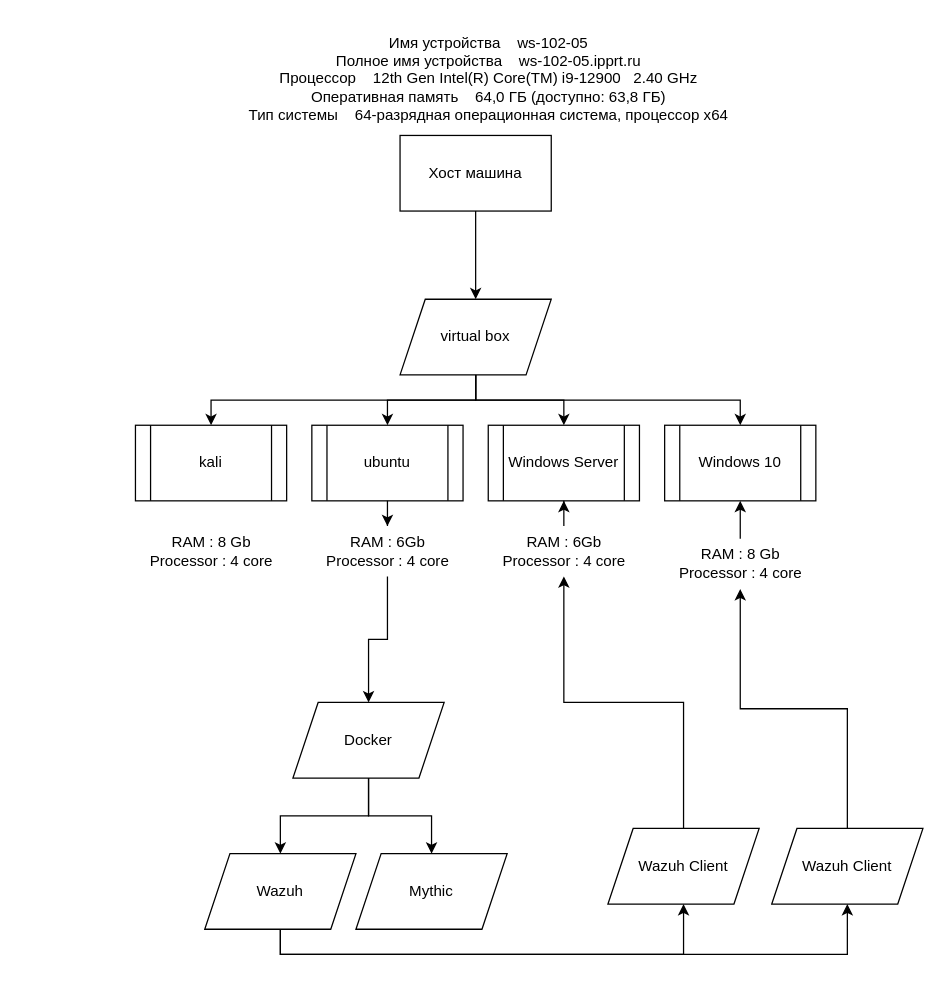
The draw.io diagram 01-Infrastructure/network-diagram.drawio in WhISLo/purple-team-lab, before the edit. Source tidied: cells renumbered, new cells numbered last; positions are measured from the earlier drawing's top-left corner, leaving out a move shared by most shapes. Both pictures are drawn from the tidied source at 126%, with x=0, y=0 at pixel (135, 21).
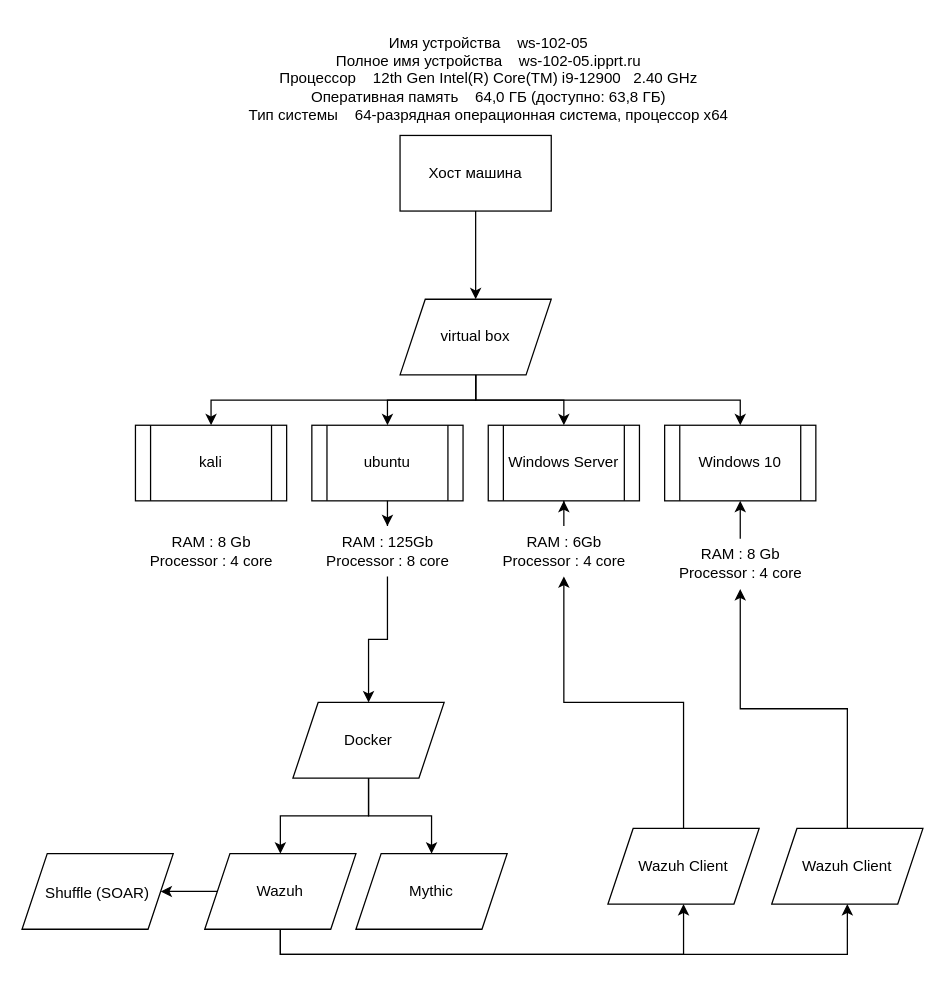
The same page after the edit.

The change refers to these unchanged cells:
```xml
<mxCell id="19" value="Wazuh" style="shape=parallelogram;perimeter=parallelogramPerimeter;whiteSpace=wrap;html=1;fixedSize=1;" parent="1" vertex="1">
  <mxGeometry x="55" y="660" width="120" height="60" as="geometry" />
</mxCell>
```

Change to the diagram source:
```diff
@@
+    <mxCell id="33" style="edgeStyle=orthogonalEdgeStyle;rounded=0;jettySize=auto;html=1;exitX=0;exitY=0.5;exitDx=0;exitDy=0;" parent="1" edge="1" source="19" target="34">
+      <mxGeometry relative="1" as="geometry" />
+    </mxCell>
@@
-    <mxCell id="27" value="RAM : 6Gb&lt;br&gt;Processor : 4 core" style="text;html=1;align=center;verticalAlign=middle;points=[];strokeColor=none;fillColor=none;" parent="1" vertex="1">
+    <mxCell id="27" value="RAM : 125Gb&lt;br&gt;Processor : 8 core" style="text;html=1;align=center;verticalAlign=middle;points=[];strokeColor=none;fillColor=none;" parent="1" vertex="1">
       <mxGeometry x="140" y="400" width="120" height="40" as="geometry" />
     </mxCell>
@@
+    <mxCell id="34" value="Shuffle (SOAR)&lt;span style=&quot;font-weight: 600; color: rgb(15, 17, 21); font-family: quote-cjk-patch, Inter, system-ui, -apple-system, BlinkMacSystemFont, &amp;quot;Segoe UI&amp;quot;, Roboto, Oxygen, Ubuntu, Cantarell, &amp;quot;Open Sans&amp;quot;, &amp;quot;Helvetica Neue&amp;quot;, sans-serif; font-size: 16px; text-align: start; background-color: rgb(255, 255, 255);&quot;&gt;&lt;/span&gt;" style="shape=parallelogram;perimeter=parallelogramPerimeter;whiteSpace=wrap;html=1;fixedSize=1;" parent="1" vertex="1">
+      <mxGeometry x="-90" y="660" width="120" height="60" as="geometry" />
+    </mxCell>
```
